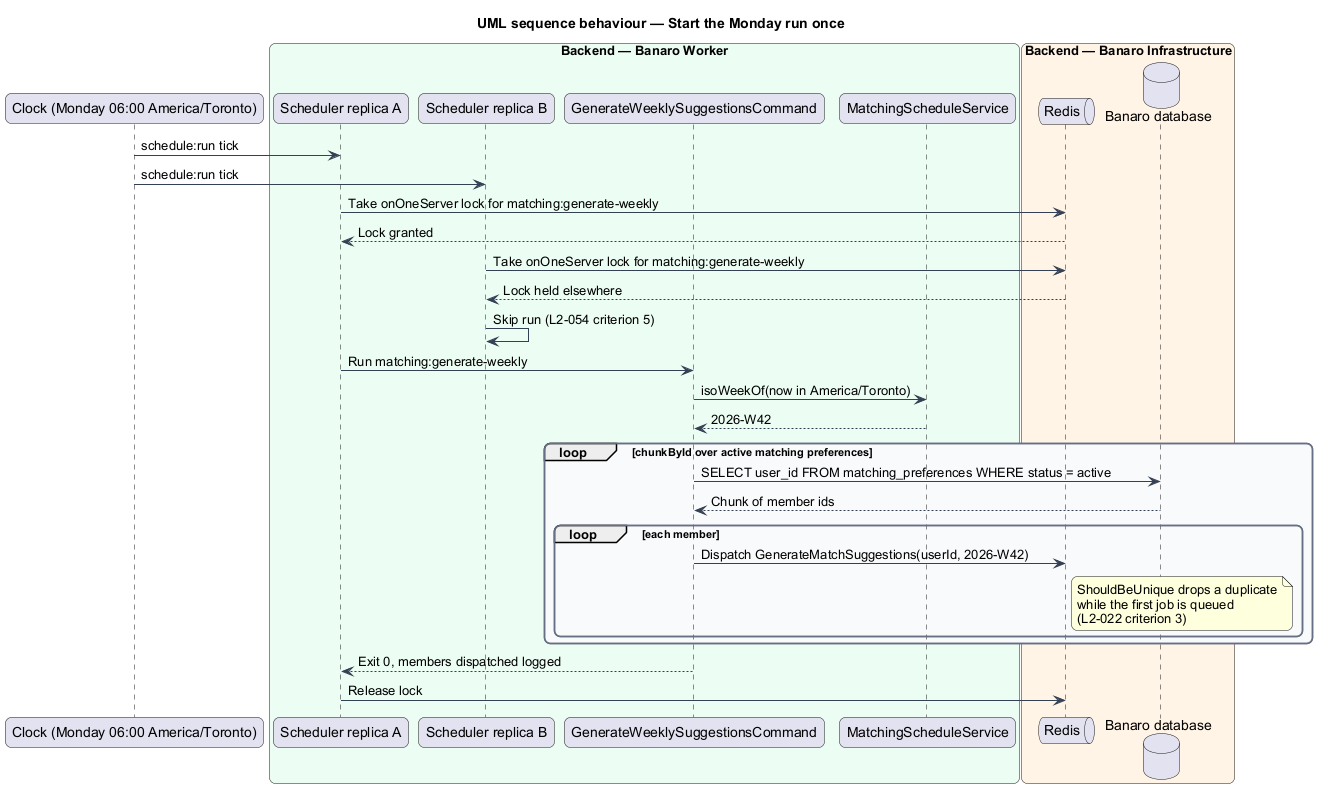
QuinntyneBrown/banaro keeps this PlantUML diagram as docs/detailed-designs/matching/generate-weekly-suggestions/diagrams/sequence-schedule-weekly-run.png. Above is the earlier version.
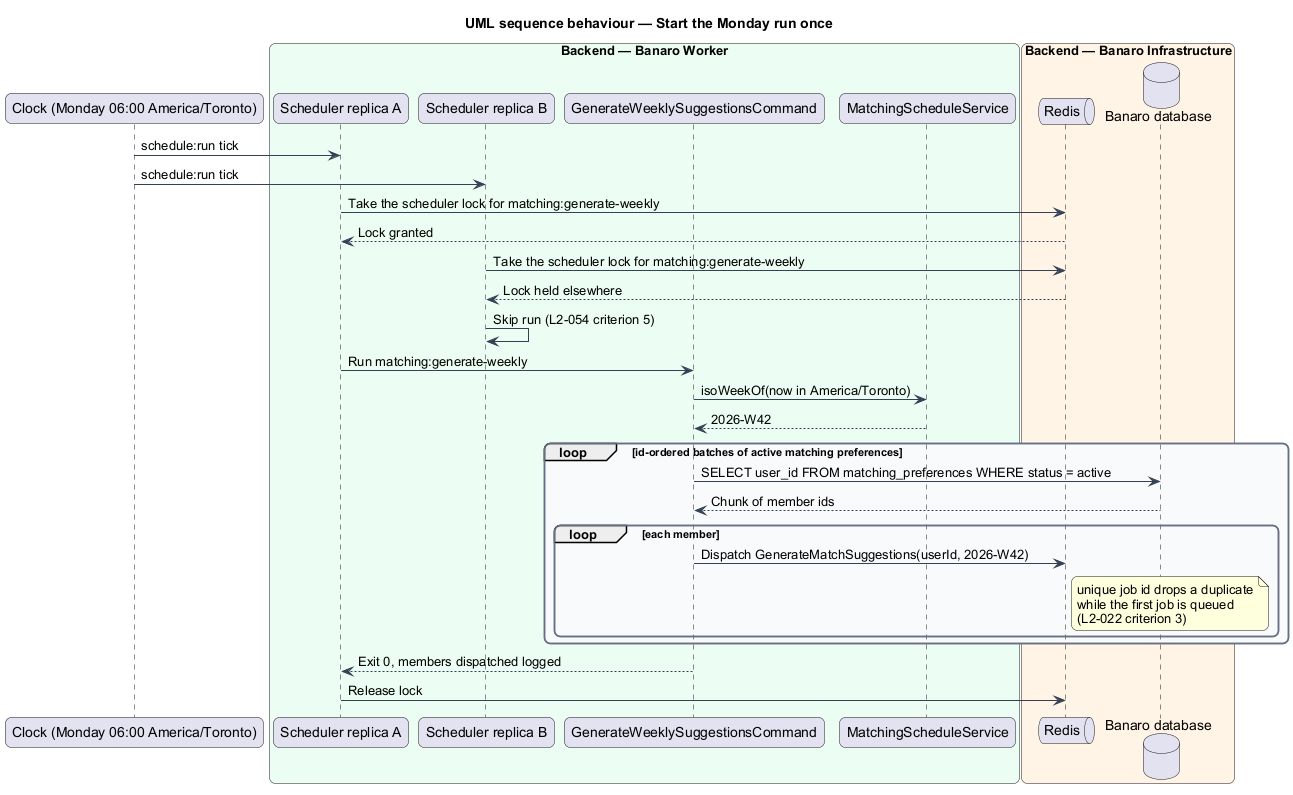
After the commit.

Diff of the diagram source:
```diff
@@ -28,20 +28,20 @@
 
 clock -> schedA : schedule:run tick
 clock -> schedB : schedule:run tick
-schedA -> redis : Take onOneServer lock for matching:generate-weekly
+schedA -> redis : Take the scheduler lock for matching:generate-weekly
 redis --> schedA : Lock granted
-schedB -> redis : Take onOneServer lock for matching:generate-weekly
+schedB -> redis : Take the scheduler lock for matching:generate-weekly
 redis --> schedB : Lock held elsewhere
 schedB -> schedB : Skip run (L2-054 criterion 5)
 schedA -> cmd : Run matching:generate-weekly
 cmd -> cal : isoWeekOf(now in America/Toronto)
 cal --> cmd : 2026-W42
-loop chunkById over active matching preferences
+loop id-ordered batches of active matching preferences
   cmd -> db : SELECT user_id FROM matching_preferences WHERE status = active
   db --> cmd : Chunk of member ids
   loop each member
     cmd -> redis : Dispatch GenerateMatchSuggestions(userId, 2026-W42)
-    note right of redis : ShouldBeUnique drops a duplicate\nwhile the first job is queued\n(L2-022 criterion 3)
+    note right of redis : unique job id drops a duplicate\nwhile the first job is queued\n(L2-022 criterion 3)
   end
 end
 cmd --> schedA : Exit 0, members dispatched logged
```
